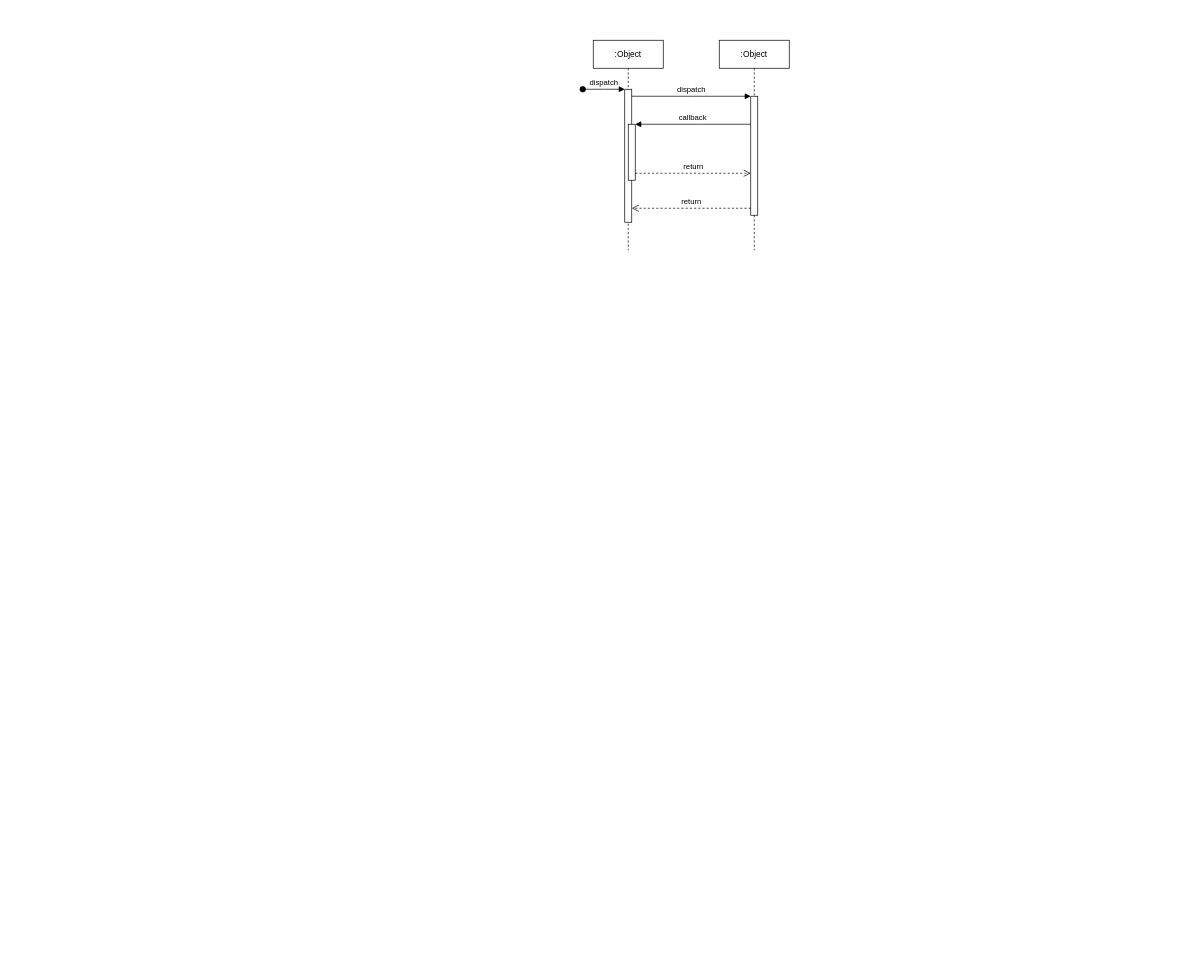
This is informe/diagramaSecuencia.drawio from Mario-dango/control_tank, a draw.io file, before an edit. Source tidied: cells renumbered, new cells numbered last; positions are measured from the earlier drawing's top-left corner, leaving out a move shared by most shapes. Both pictures are drawn from the tidied source at 70%, with x=0, y=0 at pixel (582, 40).
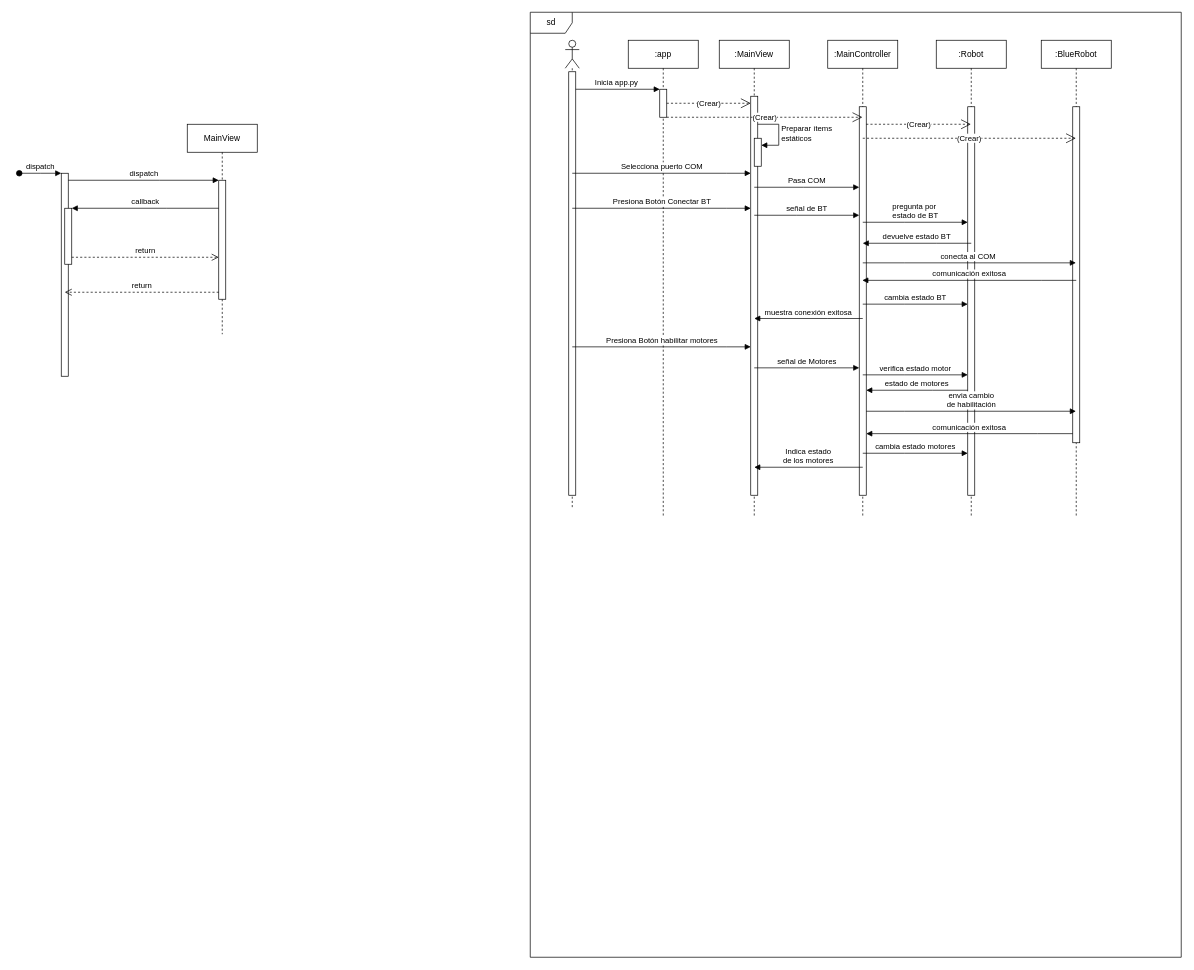
Above is the later version.

Change to the diagram source:
```diff
@@
-    <mxCell id="2" value=":Object" style="shape=umlLifeline;perimeter=lifelinePerimeter;whiteSpace=wrap;html=1;newEdgeStyle={&quot;edgeStyle&quot;:&quot;elbowEdgeStyle&quot;,&quot;elbow&quot;:&quot;vertical&quot;,&quot;curved&quot;:0,&quot;rounded&quot;:0};" parent="1" vertex="1">
-      <mxGeometry x="15" width="100" height="300" as="geometry" />
+    <mxCell id="2" value=":app" style="shape=umlLifeline;perimeter=lifelinePerimeter;whiteSpace=wrap;html=1;newEdgeStyle={&quot;edgeStyle&quot;:&quot;elbowEdgeStyle&quot;,&quot;elbow&quot;:&quot;vertical&quot;,&quot;curved&quot;:0,&quot;rounded&quot;:0};" parent="1" vertex="1">
+      <mxGeometry x="65" width="100" height="680" as="geometry" />
     </mxCell>
-    <mxCell id="3" style="html=1;points=[];perimeter=orthogonalPerimeter;outlineConnect=0;targetShapes=umlLifeline;portConstraint=eastwest;newEdgeStyle={&quot;edgeStyle&quot;:&quot;elbowEdgeStyle&quot;,&quot;elbow&quot;:&quot;vertical&quot;,&quot;curved&quot;:0,&quot;rounded&quot;:0};" parent="2" vertex="1">
-      <mxGeometry x="45" y="70" width="10" height="190" as="geometry" />
-    </mxCell>
-    <mxCell id="4" value="dispatch" style="html=1;verticalAlign=bottom;startArrow=oval;endArrow=block;startSize=8;edgeStyle=elbowEdgeStyle;elbow=vertical;curved=0;rounded=0;" parent="2" edge="1" target="3">
-      <mxGeometry relative="1" as="geometry">
-        <mxPoint x="-15" y="70" as="sourcePoint" />
-      </mxGeometry>
-    </mxCell>
-    <mxCell id="5" style="html=1;points=[];perimeter=orthogonalPerimeter;outlineConnect=0;targetShapes=umlLifeline;portConstraint=eastwest;newEdgeStyle={&quot;edgeStyle&quot;:&quot;elbowEdgeStyle&quot;,&quot;elbow&quot;:&quot;vertical&quot;,&quot;curved&quot;:0,&quot;rounded&quot;:0};" parent="2" vertex="1">
-      <mxGeometry x="50" y="120" width="10" height="80" as="geometry" />
-    </mxCell>
+    <mxCell id="12" style="html=1;points=[];perimeter=orthogonalPerimeter;outlineConnect=0;targetShapes=umlLifeline;portConstraint=eastwest;newEdgeStyle={&quot;edgeStyle&quot;:&quot;elbowEdgeStyle&quot;,&quot;elbow&quot;:&quot;vertical&quot;,&quot;curved&quot;:0,&quot;rounded&quot;:0};" parent="2" vertex="1">
+      <mxGeometry x="45" y="70" width="10" height="40" as="geometry" />
+    </mxCell>
-    <mxCell id="6" value=":Object" style="shape=umlLifeline;perimeter=lifelinePerimeter;whiteSpace=wrap;html=1;newEdgeStyle={&quot;edgeStyle&quot;:&quot;elbowEdgeStyle&quot;,&quot;elbow&quot;:&quot;vertical&quot;,&quot;curved&quot;:0,&quot;rounded&quot;:0};" parent="1" vertex="1">
-      <mxGeometry x="195" width="100" height="300" as="geometry" />
+    <mxCell id="6" value=":MainView" style="shape=umlLifeline;perimeter=lifelinePerimeter;whiteSpace=wrap;html=1;newEdgeStyle={&quot;edgeStyle&quot;:&quot;elbowEdgeStyle&quot;,&quot;elbow&quot;:&quot;vertical&quot;,&quot;curved&quot;:0,&quot;rounded&quot;:0};" parent="1" vertex="1">
+      <mxGeometry x="195" width="100" height="680" as="geometry" />
     </mxCell>
     <mxCell id="7" style="html=1;points=[];perimeter=orthogonalPerimeter;outlineConnect=0;targetShapes=umlLifeline;portConstraint=eastwest;newEdgeStyle={&quot;edgeStyle&quot;:&quot;elbowEdgeStyle&quot;,&quot;elbow&quot;:&quot;vertical&quot;,&quot;curved&quot;:0,&quot;rounded&quot;:0};" parent="6" vertex="1">
-      <mxGeometry x="45" y="80" width="10" height="170" as="geometry" />
+      <mxGeometry x="45" y="80" width="10" height="570" as="geometry" />
     </mxCell>
+    <mxCell id="13" style="html=1;points=[];perimeter=orthogonalPerimeter;outlineConnect=0;targetShapes=umlLifeline;portConstraint=eastwest;newEdgeStyle={&quot;edgeStyle&quot;:&quot;elbowEdgeStyle&quot;,&quot;elbow&quot;:&quot;vertical&quot;,&quot;curved&quot;:0,&quot;rounded&quot;:0};" parent="6" vertex="1">
+      <mxGeometry x="50" y="140" width="10" height="40" as="geometry" />
+    </mxCell>
+    <mxCell id="14" value="Preparar ítems&lt;br&gt;estáticos" style="html=1;align=left;spacingLeft=2;endArrow=block;rounded=0;edgeStyle=orthogonalEdgeStyle;curved=0;rounded=0;" parent="6" edge="1" target="13">
+      <mxGeometry relative="1" as="geometry">
+        <mxPoint x="55" y="120" as="sourcePoint" />
+        <Array as="points">
+          <mxPoint x="85" y="150" />
+        </Array>
+      </mxGeometry>
+    </mxCell>
+    <mxCell id="15" style="html=1;points=[];perimeter=orthogonalPerimeter;outlineConnect=0;targetShapes=umlLifeline;portConstraint=eastwest;newEdgeStyle={&quot;edgeStyle&quot;:&quot;elbowEdgeStyle&quot;,&quot;elbow&quot;:&quot;vertical&quot;,&quot;curved&quot;:0,&quot;rounded&quot;:0};" parent="1" vertex="1">
+      <mxGeometry x="-745" y="190" width="10" height="290" as="geometry" />
+    </mxCell>
+    <mxCell id="4" value="dispatch" style="html=1;verticalAlign=bottom;startArrow=oval;endArrow=block;startSize=8;edgeStyle=elbowEdgeStyle;elbow=vertical;curved=0;rounded=0;" parent="1" edge="1" target="15">
+      <mxGeometry relative="1" as="geometry">
+        <mxPoint x="-805" y="190" as="sourcePoint" />
+      </mxGeometry>
+    </mxCell>
+    <mxCell id="16" style="html=1;points=[];perimeter=orthogonalPerimeter;outlineConnect=0;targetShapes=umlLifeline;portConstraint=eastwest;newEdgeStyle={&quot;edgeStyle&quot;:&quot;elbowEdgeStyle&quot;,&quot;elbow&quot;:&quot;vertical&quot;,&quot;curved&quot;:0,&quot;rounded&quot;:0};" parent="1" vertex="1">
+      <mxGeometry x="-740" y="240" width="10" height="80" as="geometry" />
+    </mxCell>
+    <mxCell id="17" value="MainView" style="shape=umlLifeline;perimeter=lifelinePerimeter;whiteSpace=wrap;html=1;newEdgeStyle={&quot;edgeStyle&quot;:&quot;elbowEdgeStyle&quot;,&quot;elbow&quot;:&quot;vertical&quot;,&quot;curved&quot;:0,&quot;rounded&quot;:0};" parent="1" vertex="1">
+      <mxGeometry x="-565" y="120" width="100" height="300" as="geometry" />
+    </mxCell>
+    <mxCell id="18" style="html=1;points=[];perimeter=orthogonalPerimeter;outlineConnect=0;targetShapes=umlLifeline;portConstraint=eastwest;newEdgeStyle={&quot;edgeStyle&quot;:&quot;elbowEdgeStyle&quot;,&quot;elbow&quot;:&quot;vertical&quot;,&quot;curved&quot;:0,&quot;rounded&quot;:0};" parent="17" vertex="1">
+      <mxGeometry x="45" y="80" width="10" height="170" as="geometry" />
+    </mxCell>
-    <mxCell id="8" value="dispatch" style="html=1;verticalAlign=bottom;endArrow=block;edgeStyle=elbowEdgeStyle;elbow=vertical;curved=0;rounded=0;" parent="1" edge="1" source="3" target="7">
+    <mxCell id="8" value="dispatch" style="html=1;verticalAlign=bottom;endArrow=block;edgeStyle=elbowEdgeStyle;elbow=vertical;curved=0;rounded=0;" parent="1" edge="1" source="15" target="18">
       <mxGeometry relative="1" as="geometry">
         <Array as="points">
-          <mxPoint x="155" y="80" />
+          <mxPoint x="-605" y="200" />
         </Array>
       </mxGeometry>
     </mxCell>
-    <mxCell id="9" value="return" style="html=1;verticalAlign=bottom;endArrow=open;dashed=1;endSize=8;edgeStyle=elbowEdgeStyle;elbow=vertical;curved=0;rounded=0;" parent="1" edge="1" source="7" target="3">
-      <mxGeometry relative="1" as="geometry">
-        <Array as="points">
-          <mxPoint x="165" y="240" />
-        </Array>
-      </mxGeometry>
-    </mxCell>
+    <mxCell id="19" value="return" style="html=1;verticalAlign=bottom;endArrow=open;dashed=1;endSize=8;edgeStyle=elbowEdgeStyle;elbow=vertical;curved=0;rounded=0;" parent="1" edge="1" source="18">
+      <mxGeometry relative="1" as="geometry">
+        <mxPoint x="-740" y="360" as="targetPoint" />
+        <Array as="points">
+          <mxPoint x="-595" y="360" />
+        </Array>
+      </mxGeometry>
+    </mxCell>
-    <mxCell id="10" value="callback" style="html=1;verticalAlign=bottom;endArrow=block;edgeStyle=elbowEdgeStyle;elbow=vertical;curved=0;rounded=0;" parent="1" edge="1" source="7" target="5">
+    <mxCell id="10" value="callback" style="html=1;verticalAlign=bottom;endArrow=block;edgeStyle=elbowEdgeStyle;elbow=vertical;curved=0;rounded=0;" parent="1" edge="1" source="18" target="16">
       <mxGeometry relative="1" as="geometry">
         <Array as="points">
-          <mxPoint x="165" y="120" />
+          <mxPoint x="-595" y="240" />
         </Array>
       </mxGeometry>
     </mxCell>
-    <mxCell id="11" value="return" style="html=1;verticalAlign=bottom;endArrow=open;dashed=1;endSize=8;edgeStyle=elbowEdgeStyle;elbow=vertical;curved=0;rounded=0;" parent="1" edge="1" source="5" target="7">
-      <mxGeometry relative="1" as="geometry">
-        <Array as="points">
-          <mxPoint x="155" y="190" />
-        </Array>
-      </mxGeometry>
-    </mxCell>
+    <mxCell id="20" value="return" style="html=1;verticalAlign=bottom;endArrow=open;dashed=1;endSize=8;edgeStyle=elbowEdgeStyle;elbow=vertical;curved=0;rounded=0;" parent="1" edge="1" source="16" target="18">
+      <mxGeometry relative="1" as="geometry">
+        <Array as="points">
+          <mxPoint x="-605" y="310" />
+        </Array>
+      </mxGeometry>
+    </mxCell>
+    <mxCell id="21" value="Inicia app.py" style="html=1;verticalAlign=bottom;startArrow=oval;endArrow=block;startSize=8;edgeStyle=elbowEdgeStyle;elbow=vertical;curved=0;rounded=0;" parent="1" edge="1" target="12">
+      <mxGeometry relative="1" as="geometry">
+        <mxPoint x="-15" y="70" as="sourcePoint" />
+      </mxGeometry>
+    </mxCell>
+    <mxCell id="22" style="shape=umlLifeline;perimeter=lifelinePerimeter;whiteSpace=wrap;html=1;newEdgeStyle={&quot;edgeStyle&quot;:&quot;elbowEdgeStyle&quot;,&quot;elbow&quot;:&quot;vertical&quot;,&quot;curved&quot;:0,&quot;rounded&quot;:0};participant=umlActor;" parent="1" vertex="1">
+      <mxGeometry x="-25" width="20" height="670" as="geometry" />
+    </mxCell>
+    <mxCell id="23" style="html=1;perimeter=orthogonalPerimeter;targetShapes=umlLifeline;newEdgeStyle={&quot;edgeStyle&quot;:&quot;elbowEdgeStyle&quot;,&quot;elbow&quot;:&quot;vertical&quot;,&quot;curved&quot;:0,&quot;rounded&quot;:0};" parent="22" vertex="1">
+      <mxGeometry x="5" y="45" width="10" height="605" as="geometry" />
+    </mxCell>
+    <mxCell id="24" value="(Crear)" style="endArrow=open;endSize=12;dashed=1;html=1;rounded=0;" parent="1" edge="1" source="12" target="7">
+      <mxGeometry relative="1" as="geometry">
+        <Array as="points">
+          <mxPoint x="215" y="90" />
+        </Array>
+      </mxGeometry>
+    </mxCell>
+    <mxCell id="25" value="sd" style="shape=umlFrame;whiteSpace=wrap;html=1;" parent="1" vertex="1">
+      <mxGeometry x="-75" y="-40" width="930" height="1350" as="geometry" />
+    </mxCell>
+    <mxCell id="26" value=":MainController" style="shape=umlLifeline;perimeter=lifelinePerimeter;whiteSpace=wrap;html=1;outlineConnect=0;portConstraint=eastwest;newEdgeStyle={&quot;edgeStyle&quot;:&quot;elbowEdgeStyle&quot;,&quot;elbow&quot;:&quot;vertical&quot;,&quot;curved&quot;:0,&quot;rounded&quot;:0};" parent="1" vertex="1">
+      <mxGeometry x="350" width="100" height="680" as="geometry" />
+    </mxCell>
+    <mxCell id="27" style="html=1;points=[];perimeter=orthogonalPerimeter;outlineConnect=0;targetShapes=umlLifeline;portConstraint=eastwest;newEdgeStyle={&quot;edgeStyle&quot;:&quot;elbowEdgeStyle&quot;,&quot;elbow&quot;:&quot;vertical&quot;,&quot;curved&quot;:0,&quot;rounded&quot;:0};" parent="26" vertex="1">
+      <mxGeometry x="45" y="95" width="10" height="555" as="geometry" />
+    </mxCell>
+    <mxCell id="28" value="(Crear)" style="endArrow=open;endSize=12;dashed=1;html=1;rounded=0;" parent="1" edge="1" source="12" target="26">
+      <mxGeometry relative="1" as="geometry">
+        <Array as="points">
+          <mxPoint x="365" y="110" />
+        </Array>
+      </mxGeometry>
+    </mxCell>
+    <mxCell id="29" value="Selecciona puerto COM" style="html=1;verticalAlign=bottom;endArrow=block;edgeStyle=elbowEdgeStyle;elbow=vertical;curved=0;rounded=0;" parent="1" edge="1" target="7">
+      <mxGeometry relative="1" as="geometry">
+        <mxPoint x="-15" y="190" as="sourcePoint" />
+        <Array as="points">
+          <mxPoint x="205" y="190" />
+        </Array>
+      </mxGeometry>
+    </mxCell>
+    <mxCell id="30" value="Pasa COM" style="html=1;verticalAlign=bottom;endArrow=block;edgeStyle=elbowEdgeStyle;elbow=vertical;curved=0;rounded=0;" parent="1" edge="1" target="27">
+      <mxGeometry relative="1" as="geometry">
+        <mxPoint x="245" y="210" as="sourcePoint" />
+        <Array as="points">
+          <mxPoint x="315" y="210" />
+        </Array>
+      </mxGeometry>
+    </mxCell>
+    <mxCell id="31" value="Presiona Botón Conectar BT" style="html=1;verticalAlign=bottom;endArrow=block;edgeStyle=elbowEdgeStyle;elbow=vertical;curved=0;rounded=0;" parent="1" edge="1">
+      <mxGeometry relative="1" as="geometry">
+        <mxPoint x="-15" y="240" as="sourcePoint" />
+        <mxPoint x="240" y="240" as="targetPoint" />
+        <Array as="points">
+          <mxPoint x="205" y="240" />
+        </Array>
+      </mxGeometry>
+    </mxCell>
+    <mxCell id="32" value=":Robot" style="shape=umlLifeline;perimeter=lifelinePerimeter;whiteSpace=wrap;html=1;outlineConnect=0;portConstraint=eastwest;newEdgeStyle={&quot;edgeStyle&quot;:&quot;elbowEdgeStyle&quot;,&quot;elbow&quot;:&quot;vertical&quot;,&quot;curved&quot;:0,&quot;rounded&quot;:0};" parent="1" vertex="1">
+      <mxGeometry x="505" width="100" height="680" as="geometry" />
+    </mxCell>
+    <mxCell id="33" style="html=1;perimeter=orthogonalPerimeter;targetShapes=umlLifeline;newEdgeStyle={&quot;edgeStyle&quot;:&quot;elbowEdgeStyle&quot;,&quot;elbow&quot;:&quot;vertical&quot;,&quot;curved&quot;:0,&quot;rounded&quot;:0};" parent="32" vertex="1">
+      <mxGeometry x="45" y="95" width="10" height="555" as="geometry" />
+    </mxCell>
+    <mxCell id="34" value="(Crear)" style="endArrow=open;endSize=12;dashed=1;html=1;rounded=0;" parent="1" edge="1" source="27" target="32">
+      <mxGeometry relative="1" as="geometry">
+        <Array as="points">
+          <mxPoint x="475" y="120" />
+        </Array>
+      </mxGeometry>
+    </mxCell>
+    <mxCell id="35" value=":BlueRobot" style="shape=umlLifeline;perimeter=lifelinePerimeter;whiteSpace=wrap;html=1;outlineConnect=0;portConstraint=eastwest;newEdgeStyle={&quot;edgeStyle&quot;:&quot;elbowEdgeStyle&quot;,&quot;elbow&quot;:&quot;vertical&quot;,&quot;curved&quot;:0,&quot;rounded&quot;:0};" parent="1" vertex="1">
+      <mxGeometry x="655" width="100" height="680" as="geometry" />
+    </mxCell>
+    <mxCell id="36" style="html=1;perimeter=orthogonalPerimeter;targetShapes=umlLifeline;newEdgeStyle={&quot;edgeStyle&quot;:&quot;elbowEdgeStyle&quot;,&quot;elbow&quot;:&quot;vertical&quot;,&quot;curved&quot;:0,&quot;rounded&quot;:0};" parent="35" vertex="1">
+      <mxGeometry x="45" y="95" width="10" height="480" as="geometry" />
+    </mxCell>
+    <mxCell id="37" value="señal de BT" style="html=1;verticalAlign=bottom;endArrow=block;edgeStyle=elbowEdgeStyle;elbow=vertical;curved=0;rounded=0;" parent="1" edge="1" target="27">
+      <mxGeometry relative="1" as="geometry">
+        <mxPoint x="245" y="250" as="sourcePoint" />
+        <Array as="points">
+          <mxPoint x="305" y="250" />
+        </Array>
+      </mxGeometry>
+    </mxCell>
+    <mxCell id="38" value="conecta al COM&amp;nbsp;" style="html=1;verticalAlign=bottom;endArrow=block;edgeStyle=elbowEdgeStyle;elbow=vertical;curved=0;rounded=0;" parent="1" edge="1">
+      <mxGeometry relative="1" as="geometry">
+        <mxPoint x="400" y="318" as="sourcePoint" />
+        <mxPoint x="704.5" y="318" as="targetPoint" />
+        <Array as="points">
+          <mxPoint x="460" y="318" />
+        </Array>
+      </mxGeometry>
+    </mxCell>
+    <mxCell id="39" value="comunicación exitosa" style="html=1;verticalAlign=bottom;endArrow=block;edgeStyle=elbowEdgeStyle;elbow=vertical;curved=0;rounded=0;" parent="1" edge="1">
+      <mxGeometry relative="1" as="geometry">
+        <mxPoint x="705" y="343" as="sourcePoint" />
+        <mxPoint x="399.4" y="343" as="targetPoint" />
+        <Array as="points">
+          <mxPoint x="655" y="343" />
+        </Array>
+      </mxGeometry>
+    </mxCell>
+    <mxCell id="40" value="muestra conexión exitosa" style="html=1;verticalAlign=bottom;endArrow=block;edgeStyle=elbowEdgeStyle;elbow=vertical;curved=0;rounded=0;" parent="1" edge="1">
+      <mxGeometry relative="1" as="geometry">
+        <mxPoint x="400" y="397.5" as="sourcePoint" />
+        <mxPoint x="245" y="397.5" as="targetPoint" />
+        <Array as="points">
+          <mxPoint x="350" y="397.5" />
+        </Array>
+      </mxGeometry>
+    </mxCell>
+    <mxCell id="41" value="Presiona Botón habilitar motores" style="html=1;verticalAlign=bottom;endArrow=block;edgeStyle=elbowEdgeStyle;elbow=vertical;curved=0;rounded=0;" parent="1" edge="1">
+      <mxGeometry relative="1" as="geometry">
+        <mxPoint x="-15" y="438" as="sourcePoint" />
+        <mxPoint x="240" y="438" as="targetPoint" />
+        <Array as="points">
+          <mxPoint x="205" y="438" />
+        </Array>
+      </mxGeometry>
+    </mxCell>
+    <mxCell id="42" value="señal de Motores" style="html=1;verticalAlign=bottom;endArrow=block;edgeStyle=elbowEdgeStyle;elbow=vertical;curved=0;rounded=0;" parent="1" edge="1">
+      <mxGeometry relative="1" as="geometry">
+        <mxPoint x="245" y="468" as="sourcePoint" />
+        <mxPoint x="395" y="468" as="targetPoint" />
+        <Array as="points">
+          <mxPoint x="305" y="468" />
+        </Array>
+      </mxGeometry>
+    </mxCell>
+    <mxCell id="43" value="verifica estado motor" style="html=1;verticalAlign=bottom;endArrow=block;edgeStyle=elbowEdgeStyle;elbow=vertical;curved=0;rounded=0;" parent="1" edge="1">
+      <mxGeometry relative="1" as="geometry">
+        <mxPoint x="400" y="478" as="sourcePoint" />
+        <mxPoint x="550" y="478" as="targetPoint" />
+        <Array as="points">
+          <mxPoint x="460" y="478" />
+        </Array>
+      </mxGeometry>
+    </mxCell>
+    <mxCell id="44" value="comunicación exitosa" style="html=1;verticalAlign=bottom;endArrow=block;edgeStyle=elbowEdgeStyle;elbow=vertical;curved=0;rounded=0;" parent="1" edge="1" target="27">
+      <mxGeometry relative="1" as="geometry">
+        <mxPoint x="700" y="562" as="sourcePoint" />
+        <Array as="points">
+          <mxPoint x="650" y="562" />
+        </Array>
+      </mxGeometry>
+    </mxCell>
+    <mxCell id="45" value="estado de motores" style="html=1;verticalAlign=bottom;endArrow=block;edgeStyle=elbowEdgeStyle;elbow=vertical;curved=0;rounded=0;" parent="1" edge="1">
+      <mxGeometry relative="1" as="geometry">
+        <mxPoint x="550" y="500" as="sourcePoint" />
+        <mxPoint x="405" y="500" as="targetPoint" />
+        <Array as="points">
+          <mxPoint x="500" y="500" />
+        </Array>
+      </mxGeometry>
+    </mxCell>
+    <mxCell id="46" value="pregunta por&amp;nbsp;&lt;br&gt;estado de BT" style="html=1;verticalAlign=bottom;endArrow=block;edgeStyle=elbowEdgeStyle;elbow=vertical;curved=0;rounded=0;" parent="1" edge="1">
+      <mxGeometry relative="1" as="geometry">
+        <mxPoint x="400" y="260" as="sourcePoint" />
+        <mxPoint x="550" y="260" as="targetPoint" />
+        <Array as="points">
+          <mxPoint x="460" y="260" />
+        </Array>
+      </mxGeometry>
+    </mxCell>
+    <mxCell id="47" value="devuelve estado BT" style="html=1;verticalAlign=bottom;endArrow=block;edgeStyle=elbowEdgeStyle;elbow=vertical;curved=0;rounded=0;" parent="1" edge="1">
+      <mxGeometry relative="1" as="geometry">
+        <mxPoint x="555" y="290" as="sourcePoint" />
+        <mxPoint x="400" y="290" as="targetPoint" />
+        <Array as="points">
+          <mxPoint x="505" y="290" />
+        </Array>
+      </mxGeometry>
+    </mxCell>
+    <mxCell id="48" value="(Crear)" style="endArrow=open;endSize=12;dashed=1;html=1;rounded=0;" parent="1" edge="1" target="35">
+      <mxGeometry relative="1" as="geometry">
+        <mxPoint x="400" y="140" as="sourcePoint" />
+        <Array as="points">
+          <mxPoint x="470" y="140" />
+        </Array>
+      </mxGeometry>
+    </mxCell>
+    <mxCell id="49" value="cambia estado BT" style="html=1;verticalAlign=bottom;endArrow=block;edgeStyle=elbowEdgeStyle;elbow=vertical;curved=0;rounded=0;" parent="1" edge="1">
+      <mxGeometry relative="1" as="geometry">
+        <mxPoint x="400" y="377" as="sourcePoint" />
+        <mxPoint x="550" y="377" as="targetPoint" />
+        <Array as="points">
+          <mxPoint x="460" y="377" />
+        </Array>
+      </mxGeometry>
+    </mxCell>
+    <mxCell id="50" value="envia cambio &lt;br&gt;de habilitación" style="html=1;verticalAlign=bottom;endArrow=block;edgeStyle=elbowEdgeStyle;elbow=vertical;curved=0;rounded=0;" parent="1" edge="1" target="35">
+      <mxGeometry relative="1" as="geometry">
+        <mxPoint x="405" y="530" as="sourcePoint" />
+        <Array as="points">
+          <mxPoint x="460" y="530" />
+        </Array>
+      </mxGeometry>
+    </mxCell>
+    <mxCell id="51" value="cambia estado motores" style="html=1;verticalAlign=bottom;endArrow=block;edgeStyle=elbowEdgeStyle;elbow=vertical;curved=0;rounded=0;" parent="1" edge="1">
+      <mxGeometry relative="1" as="geometry">
+        <mxPoint x="400" y="590" as="sourcePoint" />
+        <mxPoint x="550" y="590" as="targetPoint" />
+        <Array as="points">
+          <mxPoint x="460" y="590" />
+        </Array>
+      </mxGeometry>
+    </mxCell>
+    <mxCell id="52" value="Indica estado &lt;br&gt;de los motores" style="html=1;verticalAlign=bottom;endArrow=block;edgeStyle=elbowEdgeStyle;elbow=vertical;curved=0;rounded=0;" parent="1" edge="1">
+      <mxGeometry relative="1" as="geometry">
+        <mxPoint x="400" y="610" as="sourcePoint" />
+        <mxPoint x="245" y="610" as="targetPoint" />
+        <Array as="points">
+          <mxPoint x="350" y="610" />
+        </Array>
+      </mxGeometry>
+    </mxCell>
```
